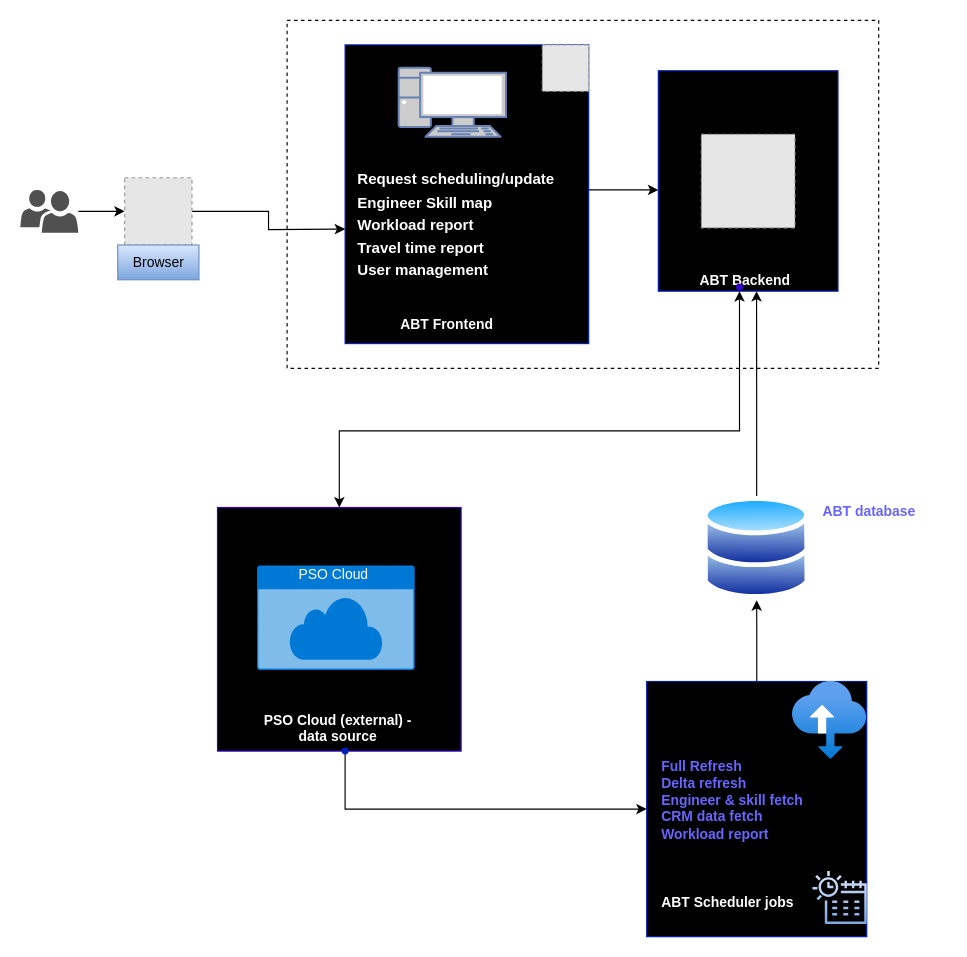
The draw.io diagram ABT_Bosch_Architecture.drawio in imraja/Learn, before the edit. Source tidied: cells renumbered, new cells numbered last; positions are measured from the earlier drawing's top-left corner, leaving out a move shared by most shapes. Both pictures are drawn from the tidied source at 116%, with x=0, y=0 at pixel (20, 20). Pictures stored in the file or linked from it are replaced by grey dashed boxes.
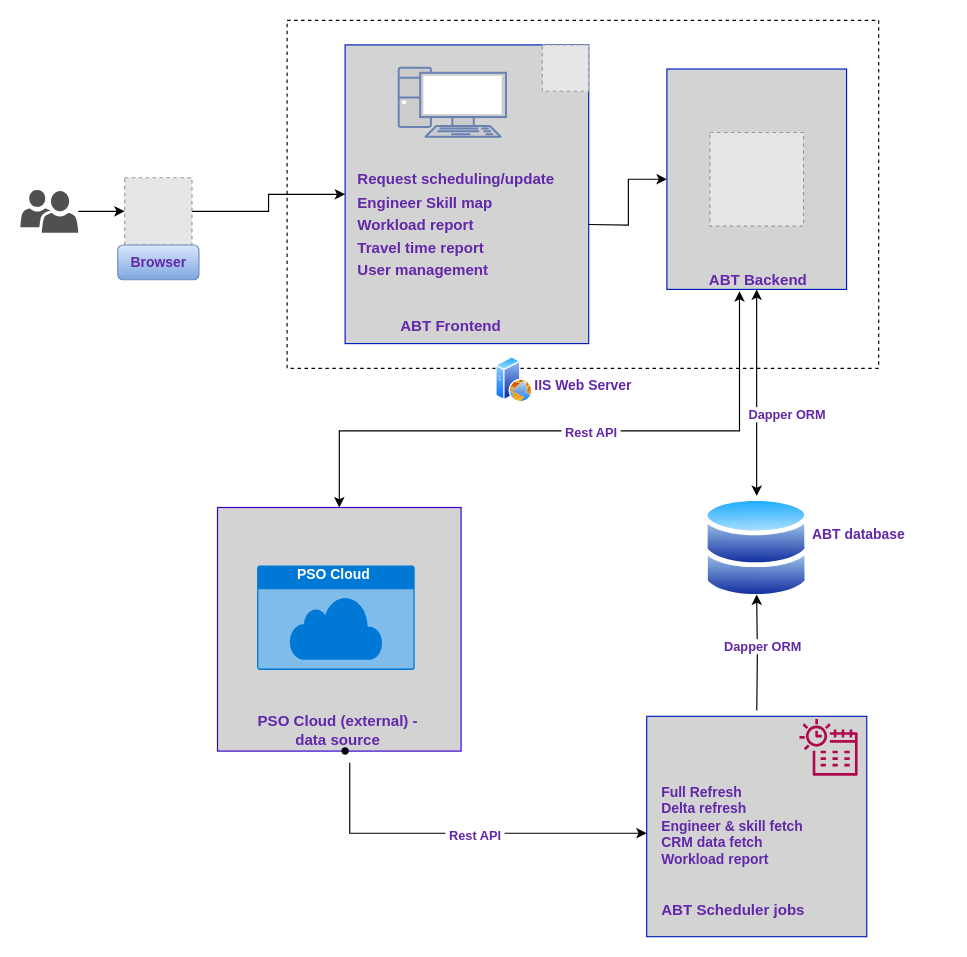
The same page after the edit.

The change refers to these unchanged cells:
```xml
<mxCell id="9" style="group;" parent="1" vertex="1">
  <mxGeometry x="170" y="420" width="220" height="212" as="geometry" />
</mxCell>
<mxCell id="16" style="image;perimeter=ellipsePerimeter;html=1;align=center;shadow=0;dashed=0;spacingTop=3;image=img/lib/active_directory/databases.svg;" parent="1" vertex="1">
  <mxGeometry x="588.9" y="410" width="91.8" height="90" as="geometry" />
</mxCell>
<mxCell id="30" style="edgeStyle=orthogonalEdgeStyle;rounded=0;jettySize=auto;html=1;startArrow=classic;startFill=1;exitX=0.5;exitY=0;exitDx=0;exitDy=0;" parent="1" edge="1" source="10">
  <mxGeometry relative="1" as="geometry">
    <mxPoint x="620" y="233.5" as="targetPoint" />
    <Array as="points">
      <mxPoint x="275" y="354" />
      <mxPoint x="620" y="354" />
    </Array>
  </mxGeometry>
</mxCell>
<mxCell id="32" style="shape=waypoint;sketch=0;size=6;points=[];fillColor=#000000;perimeter=centerPerimeter;snapToPoint=1;verticalAlign=top;strokeColor=#001DBC;gradientColor=none;labelBackgroundColor=none;" parent="1" vertex="1">
  <mxGeometry x="270" y="620" width="20" height="20" as="geometry" />
</mxCell>
<mxCell id="34" style="fillColor=#E6E6E6;strokeColor=#999999;dashed=1;html=1;verticalAlign=top;verticalLabelPosition=bottom;labelBackgroundColor=#ffffff;" parent="1" vertex="1">
  <mxGeometry x="90" y="135.7" width="58" height="58" as="geometry" />
</mxCell>
```

The edit, as a diff of the source:
```diff
@@
-    <mxCell id="3" style="edgeStyle=orthogonalEdgeStyle;rounded=0;orthogonalLoop=1;jettySize=auto;html=1;startArrow=classic;startFill=1;" parent="1" edge="1">
-      <mxGeometry relative="1" as="geometry">
-        <mxPoint x="350" y="146.2" as="sourcePoint" />
-        <mxPoint x="550" y="146.2" as="targetPoint" />
-      </mxGeometry>
-    </mxCell>
-    <mxCell id="4" style="group;fillColor=#000000;fontColor=default;strokeColor=#001DBC;labelBackgroundColor=none;" parent="1" vertex="1">
+    <mxCell id="4" style="group;fillColor=#D3D3D3;fontColor=default;strokeColor=#001DBC;labelBackgroundColor=none;" parent="1" vertex="1">
       <mxGeometry x="280" y="21.2" width="210" height="257.5" as="geometry" />
     </mxCell>
-    <mxCell id="5" value="&lt;div style=&quot;text-align: center;&quot;&gt;&lt;b style=&quot;&quot;&gt;&lt;font color=&quot;#ffffff&quot;&gt;ABT Frontend&lt;/font&gt;&lt;/b&gt;&lt;/div&gt;" style="text;whiteSpace=wrap;html=1;" parent="4" vertex="1">
+    <mxCell id="5" value="&lt;div style=&quot;text-align: center;&quot;&gt;&lt;font size=&quot;1&quot; style=&quot;&quot; color=&quot;#6228a9&quot;&gt;&lt;b style=&quot;font-size: 13px;&quot;&gt;ABT Frontend&lt;/b&gt;&lt;/font&gt;&lt;/div&gt;" style="text;whiteSpace=wrap;html=1;" parent="4" vertex="1">
       <mxGeometry x="46.2" y="227.5" width="137.1" height="30" as="geometry" />
     </mxCell>
@@
-    <mxCell id="7" value="&lt;div style=&quot;font-size: 13px; line-height: 150%;&quot;&gt;&lt;b style=&quot;&quot;&gt;&lt;font style=&quot;font-size: 13px;&quot; color=&quot;#ffffff&quot;&gt;Request scheduling/update&lt;/font&gt;&lt;/b&gt;&lt;/div&gt;&lt;div style=&quot;font-size: 13px; line-height: 150%;&quot;&gt;&lt;b style=&quot;&quot;&gt;&lt;font style=&quot;font-size: 13px;&quot; color=&quot;#ffffff&quot;&gt;Engineer Skill map&lt;br&gt;Workload report&lt;/font&gt;&lt;/b&gt;&lt;/div&gt;&lt;div style=&quot;font-size: 13px; line-height: 150%;&quot;&gt;&lt;b style=&quot;&quot;&gt;&lt;font style=&quot;font-size: 13px;&quot; color=&quot;#ffffff&quot;&gt;Travel time report&lt;/font&gt;&lt;/b&gt;&lt;/div&gt;&lt;div style=&quot;font-size: 13px; line-height: 150%;&quot;&gt;&lt;b style=&quot;&quot;&gt;&lt;font style=&quot;font-size: 13px;&quot; color=&quot;#ffffff&quot;&gt;User management&lt;/font&gt;&lt;/b&gt;&lt;/div&gt;" style="text;whiteSpace=wrap;html=1;align=left;" parent="4" vertex="1">
+    <mxCell id="7" value="&lt;div style=&quot;font-size: 13px; line-height: 150%;&quot;&gt;&lt;b style=&quot;&quot;&gt;&lt;font color=&quot;#6228a9&quot; style=&quot;font-size: 13px;&quot;&gt;Request scheduling/update&lt;/font&gt;&lt;/b&gt;&lt;/div&gt;&lt;div style=&quot;font-size: 13px; line-height: 150%;&quot;&gt;&lt;b style=&quot;&quot;&gt;&lt;font color=&quot;#6228a9&quot; style=&quot;font-size: 13px;&quot;&gt;Engineer Skill map&lt;br&gt;Workload report&lt;/font&gt;&lt;/b&gt;&lt;/div&gt;&lt;div style=&quot;font-size: 13px; line-height: 150%;&quot;&gt;&lt;b style=&quot;&quot;&gt;&lt;font color=&quot;#6228a9&quot; style=&quot;font-size: 13px;&quot;&gt;Travel time report&lt;/font&gt;&lt;/b&gt;&lt;/div&gt;&lt;div style=&quot;font-size: 13px; line-height: 150%;&quot;&gt;&lt;b style=&quot;&quot;&gt;&lt;font color=&quot;#6228a9&quot; style=&quot;font-size: 13px;&quot;&gt;User management&lt;/font&gt;&lt;/b&gt;&lt;/div&gt;" style="text;whiteSpace=wrap;html=1;align=left;" parent="4" vertex="1">
       <mxGeometry x="9" y="100" width="175.9" height="110" as="geometry" />
     </mxCell>
@@
-    <mxCell id="10" style="whiteSpace=wrap;html=1;fillColor=#000000;fontColor=#ffffff;strokeColor=#3700CC;rounded=0;glass=0;shadow=0;" parent="9" vertex="1">
+    <mxCell id="10" style="whiteSpace=wrap;html=1;fillColor=#D3D3D3;fontColor=#ffffff;strokeColor=#3700CC;rounded=0;glass=0;shadow=0;fillStyle=solid;" parent="9" vertex="1">
       <mxGeometry width="210" height="210" as="geometry" />
     </mxCell>
@@
-    <mxCell id="12" style="edgeStyle=orthogonalEdgeStyle;rounded=0;jettySize=auto;html=1;exitX=0.5;exitY=0;exitDx=0;exitDy=0;" parent="9" edge="1" source="13">
-      <mxGeometry relative="1" as="geometry">
-        <mxPoint x="72.9" y="75.5" as="targetPoint" />
-      </mxGeometry>
-    </mxCell>
-    <mxCell id="13" value="&lt;div style=&quot;text-align: center;&quot;&gt;&lt;b style=&quot;&quot;&gt;&lt;font color=&quot;#ffffff&quot;&gt;PSO Cloud (external) - data source&lt;/font&gt;&lt;/b&gt;&lt;/div&gt;" style="text;whiteSpace=wrap;html=1;" parent="9" vertex="1">
+    <mxCell id="13" value="&lt;div style=&quot;text-align: center;&quot;&gt;&lt;b style=&quot;&quot;&gt;&lt;font style=&quot;font-size: 13px;&quot; color=&quot;#6228a9&quot;&gt;PSO Cloud (external) - data source&lt;/font&gt;&lt;/b&gt;&lt;/div&gt;" style="text;whiteSpace=wrap;html=1;" parent="9" vertex="1">
       <mxGeometry x="25.7" y="170" width="154.3" height="42" as="geometry" />
     </mxCell>
-    <mxCell id="14" value="PSO Cloud&amp;nbsp;" style="html=1;whiteSpace=wrap;strokeColor=none;fillColor=#0079D6;labelPosition=center;verticalLabelPosition=middle;verticalAlign=top;align=center;fontSize=12;spacingTop=-6;fontColor=#FFFFFF;sketch=0;shape=mxgraph.sitemap.cloud;" parent="9" vertex="1">
+    <mxCell id="14" value="&lt;b&gt;PSO Cloud&amp;nbsp;&lt;/b&gt;" style="html=1;whiteSpace=wrap;strokeColor=none;fillColor=#0079D6;labelPosition=center;verticalLabelPosition=middle;verticalAlign=top;align=center;fontSize=12;spacingTop=-6;fontColor=#FFFFFF;sketch=0;shape=mxgraph.sitemap.cloud;" parent="9" vertex="1">
       <mxGeometry x="34.1" y="50" width="135.9" height="90" as="geometry" />
     </mxCell>
-    <mxCell id="15" style="edgeStyle=orthogonalEdgeStyle;rounded=0;jettySize=auto;html=1;" parent="1" edge="1" source="16" target="18">
-      <mxGeometry relative="1" as="geometry" />
+    <mxCell id="15" style="edgeStyle=orthogonalEdgeStyle;rounded=0;jettySize=auto;html=1;startArrow=classic;startFill=1;" parent="1" edge="1" source="16" target="18">
+      <mxGeometry relative="1" as="geometry">
+        <Array as="points">
+          <mxPoint x="635" y="280" />
+          <mxPoint x="635" y="280" />
+        </Array>
+      </mxGeometry>
     </mxCell>
@@
-    <mxCell id="17" style="group;fillColor=#000000;fontColor=default;strokeColor=#001DBC;labelBackgroundColor=none;" parent="1" vertex="1">
-      <mxGeometry x="550" y="43.5" width="154.9" height="190" as="geometry" />
+    <mxCell id="17" style="group;fillColor=#D3D3D3;fontColor=default;strokeColor=#001DBC;labelBackgroundColor=none;" parent="1" vertex="1">
+      <mxGeometry x="557.4" y="42" width="154.9" height="190" as="geometry" />
     </mxCell>
-    <mxCell id="18" value="&lt;div style=&quot;text-align: center;&quot;&gt;&lt;b style=&quot;&quot;&gt;&lt;font color=&quot;#ffffff&quot;&gt;ABT Backend&lt;/font&gt;&lt;/b&gt;&lt;/div&gt;" style="text;whiteSpace=wrap;html=1;" parent="17" vertex="1">
+    <mxCell id="18" value="&lt;div style=&quot;text-align: center;&quot;&gt;&lt;b style=&quot;&quot;&gt;&lt;font style=&quot;font-size: 13px;&quot; color=&quot;#6228a9&quot;&gt;ABT Backend&lt;/font&gt;&lt;/b&gt;&lt;/div&gt;" style="text;whiteSpace=wrap;html=1;" parent="17" vertex="1">
       <mxGeometry x="34.1" y="167.9" width="101.1" height="22.1" as="geometry" />
     </mxCell>
@@
-    <mxCell id="22" style="edgeStyle=orthogonalEdgeStyle;rounded=0;jettySize=auto;html=1;" parent="1" edge="1" source="24" target="16">
-      <mxGeometry relative="1" as="geometry" />
+    <mxCell id="22" style="edgeStyle=orthogonalEdgeStyle;rounded=0;orthogonalLoop=1;jettySize=auto;html=1;" parent="1" edge="1">
+      <mxGeometry relative="1" as="geometry">
+        <mxPoint x="634.9" y="595" as="sourcePoint" />
+        <mxPoint x="634.8" y="495" as="targetPoint" />
+      </mxGeometry>
     </mxCell>
-    <mxCell id="23" style="edgeStyle=orthogonalEdgeStyle;rounded=0;jettySize=auto;html=1;" parent="1" edge="1" source="32" target="24">
-      <mxGeometry relative="1" as="geometry">
-        <Array as="points">
-          <mxPoint x="280" y="680" />
-        </Array>
-      </mxGeometry>
-    </mxCell>
-    <mxCell id="24" style="group;fillColor=#000000;fontColor=default;strokeColor=#001DBC;labelBackgroundColor=none;" parent="1" vertex="1">
-      <mxGeometry x="540" y="570" width="189.7" height="220" as="geometry" />
+    <mxCell id="24" style="group;fillColor=#D3D3D3;fontColor=default;strokeColor=#001DBC;labelBackgroundColor=none;fillStyle=auto;" parent="1" vertex="1">
+      <mxGeometry x="540" y="600" width="189.7" height="190" as="geometry" />
     </mxCell>
-    <mxCell id="25" value="&lt;div style=&quot;text-align: center;&quot;&gt;&lt;b style=&quot;&quot;&gt;&lt;font color=&quot;#ffffff&quot;&gt;ABT Scheduler jobs&lt;/font&gt;&lt;/b&gt;&lt;/div&gt;" style="text;whiteSpace=wrap;html=1;" parent="24" vertex="1">
-      <mxGeometry x="11.2" y="176.8" width="143.2" height="25.2" as="geometry" />
+    <mxCell id="25" value="&lt;div style=&quot;text-align: center;&quot;&gt;&lt;b style=&quot;&quot;&gt;&lt;font style=&quot;font-size: 13px;&quot; color=&quot;#6228a9&quot;&gt;ABT Scheduler jobs&lt;/font&gt;&lt;/b&gt;&lt;/div&gt;" style="text;whiteSpace=wrap;html=1;" parent="24" vertex="1">
+      <mxGeometry x="11.2" y="152.7" width="143.2" height="21.7" as="geometry" />
     </mxCell>
-    <mxCell id="26" style="sketch=0;gradientColor=#7ea6e0;fillColor=#dae8fc;strokeColor=#6c8ebf;dashed=0;verticalLabelPosition=bottom;verticalAlign=top;align=center;html=1;fontSize=12;fontStyle=0;shape=mxgraph.aws4.eventbridge_scheduler;" parent="24" vertex="1">
-      <mxGeometry x="142.9" y="162.8" width="46.8" height="46.8" as="geometry" />
-    </mxCell>
-    <mxCell id="27" value="&lt;h4 style=&quot;line-height: 130%;&quot;&gt;&lt;br&gt;&lt;/h4&gt;" style="image;html=1;align=center;fontSize=12;image=img/lib/azure2/storage/Import_Export_Jobs.svg;" parent="24" vertex="1">
-      <mxGeometry x="125.7" width="64" height="67" as="geometry" />
-    </mxCell>
-    <mxCell id="28" value="&lt;div style=&quot;&quot;&gt;&lt;font color=&quot;#6666ff&quot;&gt;&lt;b&gt;Full Refresh&amp;nbsp;&lt;/b&gt;&lt;/font&gt;&lt;/div&gt;&lt;div style=&quot;&quot;&gt;&lt;font color=&quot;#6666ff&quot;&gt;&lt;b&gt;Delta refresh&lt;/b&gt;&lt;/font&gt;&lt;/div&gt;&lt;div style=&quot;&quot;&gt;&lt;font color=&quot;#6666ff&quot;&gt;&lt;b&gt;Engineer &amp;amp; skill fetch&lt;/b&gt;&lt;/font&gt;&lt;/div&gt;&lt;div style=&quot;&quot;&gt;&lt;font color=&quot;#6666ff&quot;&gt;&lt;b&gt;CRM data fetch&lt;/b&gt;&lt;/font&gt;&lt;/div&gt;&lt;div style=&quot;&quot;&gt;&lt;font color=&quot;#6666ff&quot;&gt;&lt;b&gt;Workload report&lt;/b&gt;&lt;/font&gt;&lt;/div&gt;" style="text;whiteSpace=wrap;html=1;align=left;" parent="24" vertex="1">
-      <mxGeometry x="11.2" y="60" width="138.8" height="90" as="geometry" />
+    <mxCell id="28" value="&lt;div style=&quot;&quot;&gt;&lt;b style=&quot;&quot;&gt;&lt;font color=&quot;#6228a9&quot;&gt;Full Refresh&amp;nbsp;&lt;/font&gt;&lt;/b&gt;&lt;/div&gt;&lt;div style=&quot;&quot;&gt;&lt;b&gt;&lt;font color=&quot;#6228a9&quot;&gt;Delta refresh&lt;/font&gt;&lt;/b&gt;&lt;/div&gt;&lt;div style=&quot;&quot;&gt;&lt;b&gt;&lt;font color=&quot;#6228a9&quot;&gt;Engineer &amp;amp; skill fetch&lt;/font&gt;&lt;/b&gt;&lt;/div&gt;&lt;div style=&quot;&quot;&gt;&lt;b&gt;&lt;font color=&quot;#6228a9&quot;&gt;CRM data fetch&lt;/font&gt;&lt;/b&gt;&lt;/div&gt;&lt;div style=&quot;&quot;&gt;&lt;b style=&quot;&quot;&gt;&lt;font color=&quot;#6228a9&quot;&gt;Workload report&lt;/font&gt;&lt;/b&gt;&lt;/div&gt;" style="text;whiteSpace=wrap;html=1;align=left;" parent="24" vertex="1">
+      <mxGeometry x="11.2" y="51.8" width="138.8" height="77.7" as="geometry" />
     </mxCell>
-    <mxCell id="29" style="shape=waypoint;sketch=0;size=6;fillColor=#000000;perimeter=centerPerimeter;strokeColor=#3700CC;fontColor=#ffffff;rounded=0;glass=0;shadow=0;" parent="1" vertex="1">
-      <mxGeometry x="610" y="220" width="20" height="20" as="geometry" />
-    </mxCell>
+    <mxCell id="36" style="sketch=0;fontColor=#232F3E;gradientColor=none;fillColor=#B0084D;strokeColor=none;dashed=0;verticalLabelPosition=bottom;verticalAlign=top;align=center;html=1;fontSize=12;fontStyle=0;shape=mxgraph.aws4.eventbridge_scheduler;" parent="24" vertex="1">
+      <mxGeometry x="131.7" y="1.7" width="50.1" height="50.1" as="geometry" />
+    </mxCell>
@@
+    <mxCell id="37" value="&lt;font color=&quot;#6228a9&quot;&gt;&lt;b&gt;&amp;nbsp;Rest API&amp;nbsp;&lt;/b&gt;&lt;/font&gt;" style="edgeLabel;html=1;align=center;verticalAlign=middle;" parent="30" vertex="1">
+      <mxGeometry x="0.06" y="-1" relative="1" as="geometry" />
+    </mxCell>
-    <mxCell id="31" value="&lt;div style=&quot;&quot;&gt;&lt;font color=&quot;#6666ff&quot;&gt;&lt;b&gt;ABT database&lt;/b&gt;&lt;/font&gt;&lt;/div&gt;" style="text;whiteSpace=wrap;html=1;align=left;" parent="1" vertex="1">
-      <mxGeometry x="690" y="410" width="110" height="25" as="geometry" />
+    <mxCell id="31" value="&lt;div style=&quot;&quot;&gt;&lt;b style=&quot;&quot;&gt;&lt;font color=&quot;#6228a9&quot;&gt;ABT database&lt;/font&gt;&lt;/b&gt;&lt;/div&gt;" style="text;whiteSpace=wrap;html=1;align=left;" parent="1" vertex="1">
+      <mxGeometry x="680.8" y="430" width="110" height="25" as="geometry" />
     </mxCell>
@@
-    <mxCell id="33" style="edgeStyle=orthogonalEdgeStyle;rounded=0;jettySize=auto;html=1;endArrow=classic;endFill=1;" parent="1" edge="1" source="34">
-      <mxGeometry relative="1" as="geometry">
-        <mxPoint x="280" y="180" as="targetPoint" />
-      </mxGeometry>
+    <mxCell id="33" style="edgeStyle=orthogonalEdgeStyle;rounded=0;jettySize=auto;html=1;endArrow=classic;endFill=1;" parent="1" edge="1" source="34" target="4">
+      <mxGeometry relative="1" as="geometry" />
     </mxCell>
@@
-    <mxCell id="35" value="Browser" style="text;html=1;align=center;verticalAlign=middle;strokeColor=#6c8ebf;fillColor=#dae8fc;gradientColor=#7ea6e0;" parent="1" vertex="1">
+    <mxCell id="35" value="&lt;b&gt;&lt;font color=&quot;#6228a9&quot;&gt;Browser&lt;/font&gt;&lt;/b&gt;" style="text;html=1;align=center;verticalAlign=middle;strokeColor=#6c8ebf;fillColor=#dae8fc;gradientColor=#7ea6e0;rounded=1;glass=0;shadow=0;" parent="1" vertex="1">
       <mxGeometry x="84" y="193.7" width="70" height="30" as="geometry" />
     </mxCell>
+    <mxCell id="38" style="shape=waypoint;sketch=0;size=6;fillColor=none;perimeter=centerPerimeter;" parent="1" vertex="1">
+      <mxGeometry x="270" y="620" width="20" height="20" as="geometry" />
+    </mxCell>
+    <mxCell id="39" style="edgeStyle=orthogonalEdgeStyle;rounded=0;orthogonalLoop=1;jettySize=auto;html=1;entryX=-0.021;entryY=0.549;entryDx=0;entryDy=0;entryPerimeter=0;exitX=0.82;exitY=0.82;exitDx=0;exitDy=0;exitPerimeter=0;" parent="1" edge="1">
+      <mxGeometry relative="1" as="geometry">
+        <mxPoint x="284" y="640" as="sourcePoint" />
+        <mxPoint x="540" y="700.8" as="targetPoint" />
+        <Array as="points">
+          <mxPoint x="284" y="701" />
+        </Array>
+      </mxGeometry>
+    </mxCell>
+    <mxCell id="40" value="&lt;b&gt;&lt;font color=&quot;#6228a9&quot;&gt;IIS Web Server&lt;/font&gt;&lt;/b&gt;" style="text;html=1;align=center;verticalAlign=middle;strokeColor=none;fillColor=none;" parent="1" vertex="1">
+      <mxGeometry x="430" y="300" width="110" height="30" as="geometry" />
+    </mxCell>
+    <mxCell id="41" style="image;perimeter=ellipsePerimeter;html=1;align=center;shadow=0;dashed=0;spacingTop=3;image=img/lib/active_directory/web_server.svg;" parent="1" vertex="1">
+      <mxGeometry x="410" y="290" width="32" height="40" as="geometry" />
+    </mxCell>
+    <mxCell id="42" value="&lt;font color=&quot;#6228a9&quot;&gt;&lt;b&gt;&amp;nbsp;Rest API&amp;nbsp;&lt;/b&gt;&lt;/font&gt;" style="edgeLabel;html=1;align=center;verticalAlign=middle;" parent="1" vertex="1">
+      <mxGeometry x="385" y="701" as="geometry">
+        <mxPoint x="6" y="1" as="offset" />
+      </mxGeometry>
+    </mxCell>
+    <mxCell id="43" value="&lt;font color=&quot;#6228a9&quot;&gt;&lt;b&gt;Dapper ORM&lt;/b&gt;&lt;/font&gt;" style="edgeLabel;html=1;align=center;verticalAlign=middle;" parent="1" vertex="1">
+      <mxGeometry x="661" y="340" as="geometry">
+        <mxPoint x="-1" y="-1" as="offset" />
+      </mxGeometry>
+    </mxCell>
+    <mxCell id="44" style="edgeStyle=orthogonalEdgeStyle;rounded=0;jettySize=auto;html=1;" parent="1" edge="1" target="17">
+      <mxGeometry relative="1" as="geometry">
+        <mxPoint x="490" y="176" as="sourcePoint" />
+      </mxGeometry>
+    </mxCell>
+    <mxCell id="45" value="&lt;font color=&quot;#6228a9&quot;&gt;&lt;b&gt;Dapper ORM&lt;/b&gt;&lt;/font&gt;" style="edgeLabel;html=1;align=center;verticalAlign=middle;" parent="1" vertex="1">
+      <mxGeometry x="640" y="540" as="geometry">
+        <mxPoint x="-1" y="-1" as="offset" />
+      </mxGeometry>
+    </mxCell>
```
